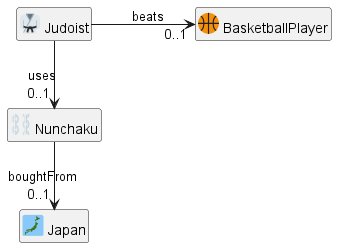
VladimirAlexiev/soml keeps this PlantUML diagram as soml2puml/img/sport-schema-diagram-overview.png. Above is the earlier version.
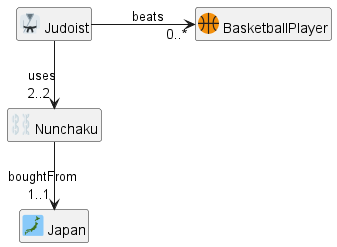
The same diagram one commit later.

The edit, as a diff of the source:
```diff
@@ -8,7 +8,7 @@
 class "<:chains:> Nunchaku" as Nunchaku
 class "<:japan:> Japan" as Japan
 class "<:basketball:> BasketballPlayer" as BasketballPlayer
-Judoist                           -r-> "0..1" Nunchaku                   : uses
-Judoist                           -d-> "0..1" BasketballPlayer           : beats
-Nunchaku                          -r-> "0..1" Japan                      : boughtFrom
+Judoist                           -d-> "0..*" BasketballPlayer           : beats
+Judoist                           -r-> "2..2" Nunchaku                   : uses
+Nunchaku                          -r-> "1..1" Japan                      : boughtFrom
 @enduml
```
